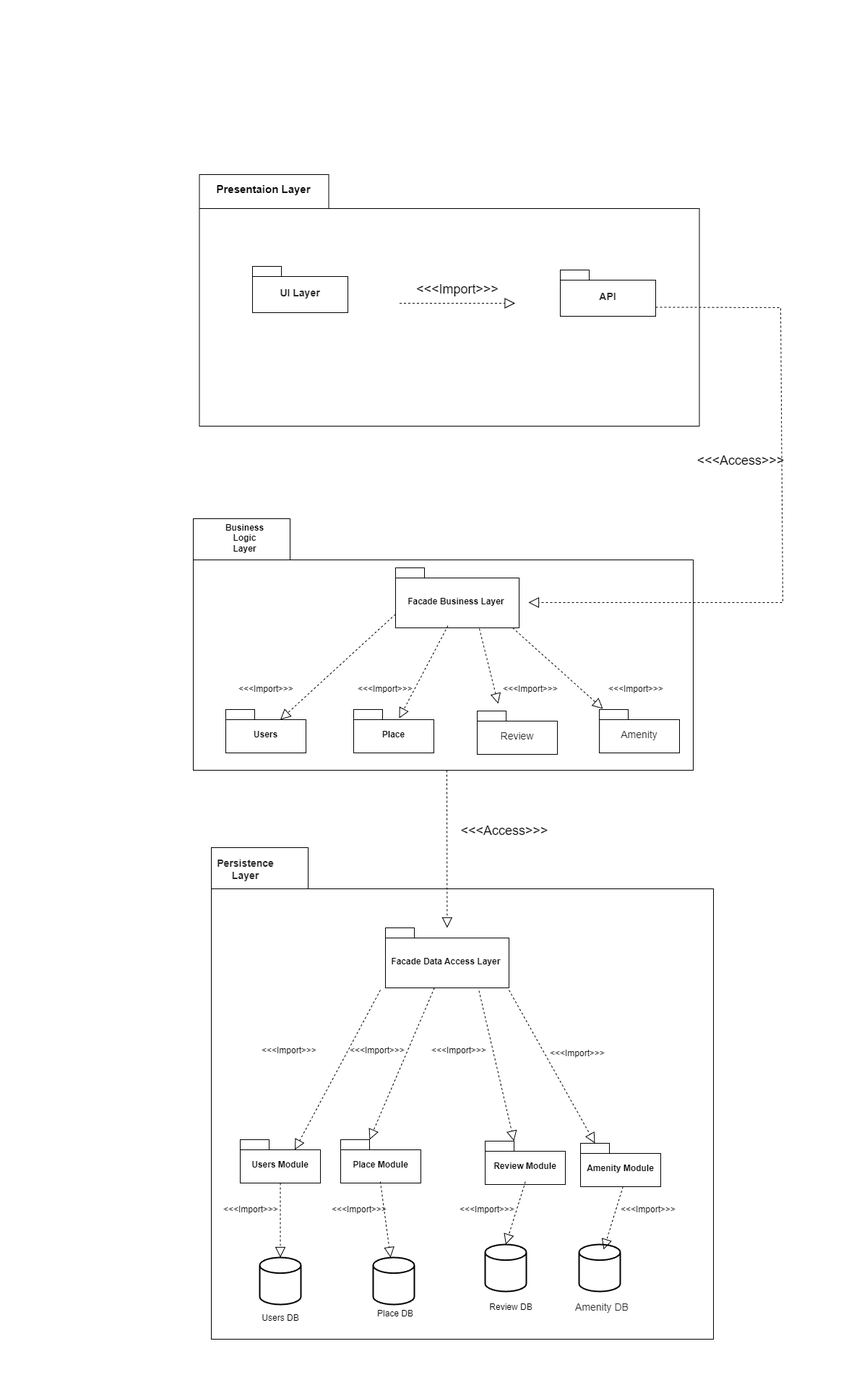
KMSAAO/holbertonschool-hbnb keeps this draw.io diagram as Package Digram.drawio.png. Above is the earlier version. Source tidied: cells renumbered, new cells last; positions are measured from the earlier drawing's top-left corner, leaving out a move shared by most shapes.
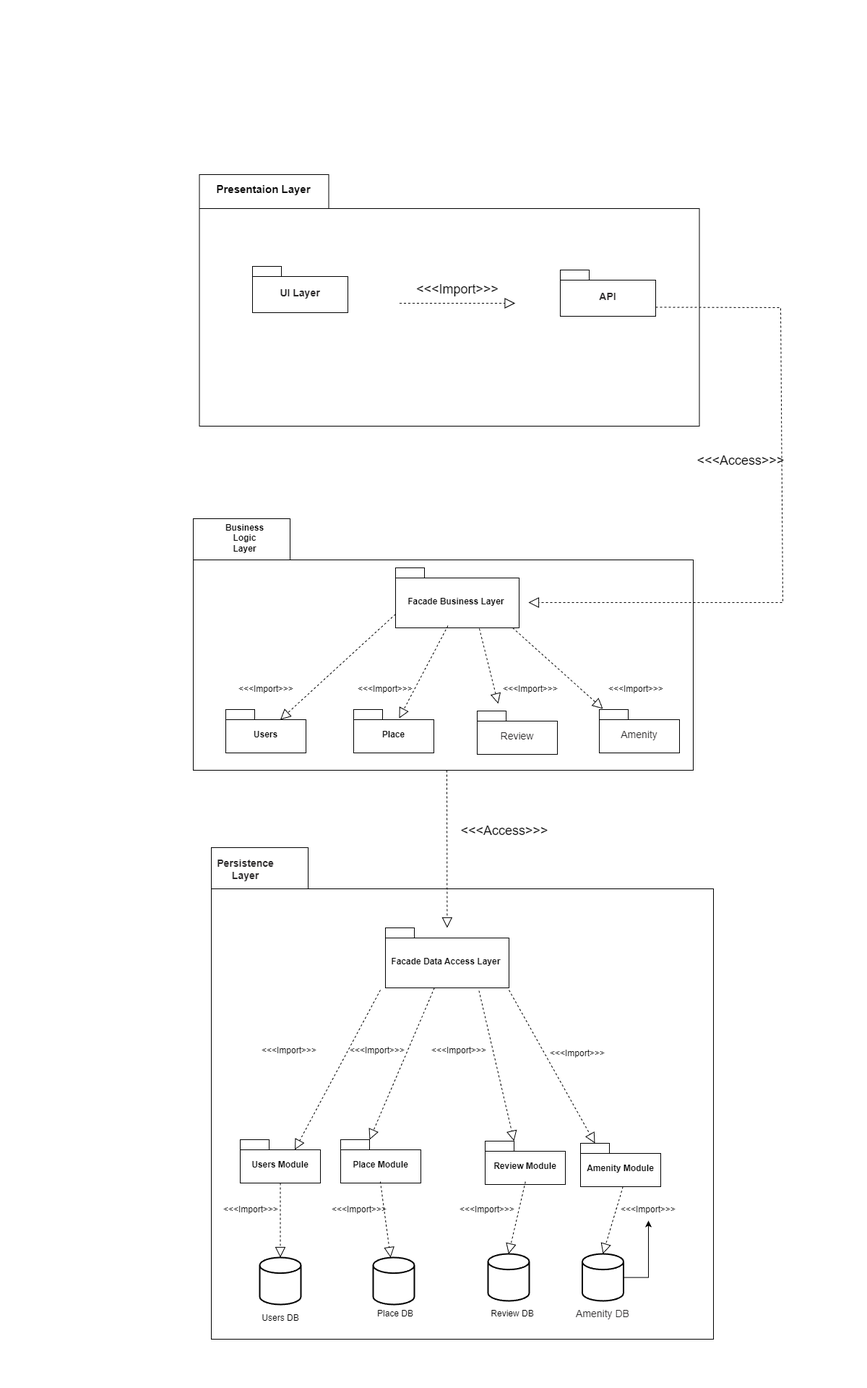
The same diagram one commit later.

Commit message:
Added Data Layer and Releationship between them Package Digram.drawio.png

Change to the diagram source:
```diff
@@ -109,19 +109,28 @@
       <mxGeometry x="249" y="1498" width="57" height="65" as="geometry" />
     </mxCell>
     <mxCell id="31" style="strokeWidth=2;html=1;shape=mxgraph.flowchart.database;whiteSpace=wrap;fontColor=light-dark(#FFFFFF,#FFFFFF);labelPosition=left;verticalLabelPosition=middle;align=right;verticalAlign=middle;textDirection=ltr;fillColor=light-dark(#FFFFFF,#FFFFFF);strokeColor=light-dark(#000000,#000000);" parent="1" vertex="1">
-      <mxGeometry x="404" y="1480" width="57" height="65" as="geometry" />
+      <mxGeometry x="408" y="1493" width="57" height="65" as="geometry" />
     </mxCell>
+    <mxCell id="60" style="edgeStyle=orthogonalEdgeStyle;rounded=0;jettySize=auto;html=1;" parent="1" edge="1" source="32" target="58">
+      <mxGeometry relative="1" as="geometry" />
+    </mxCell>
+    <mxCell id="61" style="edgeStyle=orthogonalEdgeStyle;rounded=0;jettySize=auto;html=1;" parent="1" edge="1" source="32" target="58">
+      <mxGeometry relative="1" as="geometry" />
+    </mxCell>
+    <mxCell id="62" style="edgeStyle=orthogonalEdgeStyle;rounded=0;jettySize=auto;html=1;" parent="1" edge="1" source="32" target="58">
+      <mxGeometry relative="1" as="geometry" />
+    </mxCell>
     <mxCell id="32" style="strokeWidth=2;html=1;shape=mxgraph.flowchart.database;whiteSpace=wrap;fontColor=light-dark(#FFFFFF,#FFFFFF);labelPosition=left;verticalLabelPosition=middle;align=right;verticalAlign=middle;textDirection=ltr;fillColor=light-dark(#FFFFFF,#FFFFFF);strokeColor=light-dark(#000000,#000000);" parent="1" vertex="1">
-      <mxGeometry x="534" y="1480" width="57" height="65" as="geometry" />
+      <mxGeometry x="538.5" y="1493" width="57" height="65" as="geometry" />
     </mxCell>
     <mxCell id="33" value="&lt;font style=&quot;&quot; face=&quot;Helvetica&quot;&gt;Place DB&lt;/font&gt;" style="whiteSpace=wrap;html=1;fillColor=none;fontColor=light-dark(#000000,#000000);strokeColor=none;fontFamily=Verdana;" parent="1" vertex="1">
       <mxGeometry x="228" y="1558" width="104" height="36" as="geometry" />
     </mxCell>
     <mxCell id="34" value="&lt;font style=&quot;&quot; face=&quot;Helvetica&quot;&gt;Review DB&lt;/font&gt;" style="whiteSpace=wrap;html=1;fillColor=none;fontColor=light-dark(#000000,#000000);strokeColor=none;fontFamily=Verdana;" parent="1" vertex="1">
-      <mxGeometry x="388" y="1549" width="104" height="36" as="geometry" />
+      <mxGeometry x="390" y="1558" width="104" height="36" as="geometry" />
     </mxCell>
     <mxCell id="35" value="&lt;span style=&quot;font-family: aktiv-grotesk, sans-serif; font-size: 14px; text-align: start;&quot;&gt;&lt;font style=&quot;color: light-dark(rgb(41, 39, 40), rgb(1, 1, 1));&quot;&gt;Amenity DB&lt;/font&gt;&lt;/span&gt;" style="whiteSpace=wrap;html=1;fillColor=none;fontColor=light-dark(#000000,#000000);strokeColor=none;fontFamily=Verdana;" parent="1" vertex="1">
-      <mxGeometry x="514" y="1549" width="104" height="36" as="geometry" />
+      <mxGeometry x="515" y="1558" width="104" height="36" as="geometry" />
     </mxCell>
     <mxCell id="36" style="endArrow=block;dashed=1;endFill=0;endSize=12;html=1;rounded=0;fontColor=light-dark(#000000,#000000);strokeColor=light-dark(#000000,#000000);entryX=0;entryY=0;entryDx=75.5;entryDy=14;entryPerimeter=0;" parent="1" edge="1" target="46">
       <mxGeometry relative="1" as="geometry">
@@ -204,10 +213,9 @@
     <mxCell id="58" value="&amp;lt;&amp;lt;&amp;lt;Import&amp;gt;&amp;gt;&amp;gt;" style="text;html=1;whiteSpace=wrap;strokeColor=none;fillColor=none;align=center;verticalAlign=middle;rounded=0;fontColor=light-dark(#000000,#000000);fontSize=12;" parent="1" vertex="1">
       <mxGeometry x="600" y="1417" width="60" height="30" as="geometry" />
     </mxCell>
-    <mxCell id="59" style="endArrow=block;dashed=1;endFill=0;endSize=12;html=1;rounded=0;fontColor=light-dark(#000000,#000000);strokeColor=light-dark(#000000,#000000);exitX=0.5;exitY=1;exitDx=0;exitDy=0;exitPerimeter=0;" parent="1" edge="1">
+    <mxCell id="59" style="endArrow=block;dashed=1;endFill=0;endSize=12;html=1;rounded=0;fontColor=light-dark(#000000,#000000);strokeColor=light-dark(#000000,#000000);exitX=0.5;exitY=1;exitDx=0;exitDy=0;exitPerimeter=0;entryX=0.5;entryY=0;entryDx=0;entryDy=0;entryPerimeter=0;" parent="1" edge="1" target="32">
       <mxGeometry relative="1" as="geometry">
         <mxPoint x="594.8" y="1400" as="sourcePoint" />
-        <mxPoint x="568" y="1487" as="targetPoint" />
       </mxGeometry>
     </mxCell>
   </root>
```
